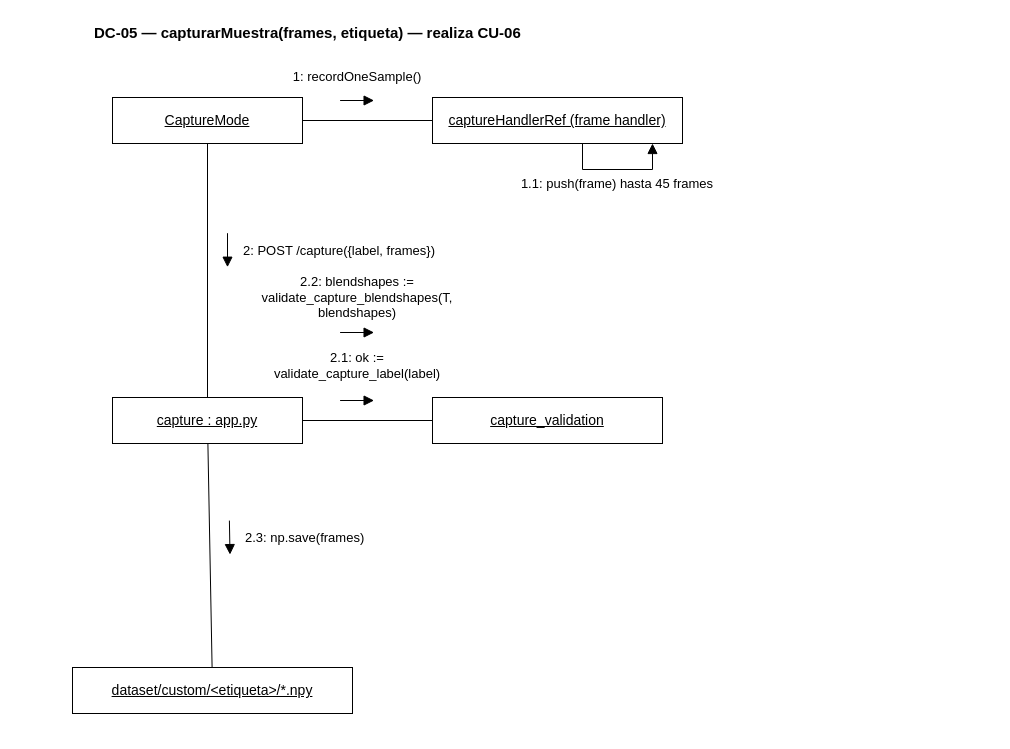
Before: docs/TP7/diagramas/colaboracion/08_colaboracion_dc05.drawio in santinohamada/Nexora, a draw.io diagram. Source tidied: cells renumbered, new cells numbered last; positions are measured from the earlier drawing's top-left corner, leaving out a move shared by most shapes. Both pictures are drawn from the tidied source at 100%, with x=0, y=0 at pixel (72, 17).
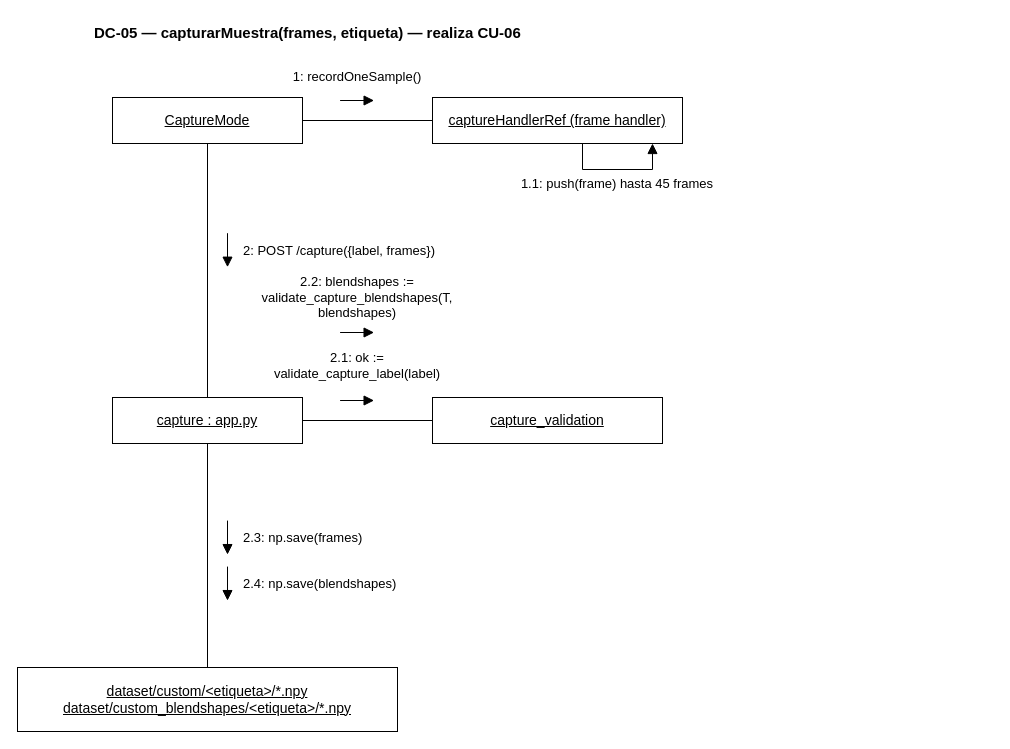
Above is the later version.

The edit, as a diff of the source:
```diff
@@
-    <mxCell id="7" value="&lt;u&gt;dataset/custom/&amp;lt;etiqueta&amp;gt;/*.npy&lt;/u&gt;" style="rounded=0;whiteSpace=wrap;html=1;fillColor=#ffffff;strokeColor=#000000;fontFamily=Helvetica;fontSize=14;align=center;verticalAlign=middle;" parent="1" vertex="1">
-      <mxGeometry y="650" width="280" height="46" as="geometry" />
+    <mxCell id="7" value="&lt;u&gt;dataset/custom/&amp;lt;etiqueta&amp;gt;/*.npy dataset/custom_blendshapes/&amp;lt;etiqueta&amp;gt;/*.npy&lt;/u&gt;" style="rounded=0;whiteSpace=wrap;html=1;fillColor=#ffffff;strokeColor=#000000;fontFamily=Helvetica;fontSize=14;align=center;verticalAlign=middle;" parent="1" vertex="1">
+      <mxGeometry x="-55" y="650" width="380" height="64" as="geometry" />
     </mxCell>
@@
     <mxCell id="21" style="endArrow=none;startArrow=none;html=1;strokeColor=#000000;strokeWidth=1;rounded=0;" parent="1" edge="1">
       <mxGeometry relative="1" as="geometry">
-        <mxPoint x="135.4" y="426" as="sourcePoint" />
-        <mxPoint x="139.6" y="650" as="targetPoint" />
+        <mxPoint x="135" y="426" as="sourcePoint" />
+        <mxPoint x="135" y="650" as="targetPoint" />
       </mxGeometry>
     </mxCell>
     <mxCell id="22" style="endArrow=block;startArrow=none;endFill=1;endSize=8;html=1;strokeColor=#000000;strokeWidth=1;rounded=0;" parent="1" edge="1">
       <mxGeometry relative="1" as="geometry">
-        <mxPoint x="156.9" y="503.1" as="sourcePoint" />
-        <mxPoint x="157.5" y="537.1" as="targetPoint" />
+        <mxPoint x="155" y="503.1" as="sourcePoint" />
+        <mxPoint x="155" y="537.1" as="targetPoint" />
       </mxGeometry>
     </mxCell>
     <mxCell id="23" value="2.3: np.save(frames)" style="text;html=1;align=left;verticalAlign=middle;fontFamily=Helvetica;fontSize=13;whiteSpace=wrap;" parent="1" vertex="1">
-      <mxGeometry x="171.2" y="510.1" width="154" height="20" as="geometry" />
+      <mxGeometry x="169" y="510.1" width="154" height="20" as="geometry" />
     </mxCell>
+    <mxCell id="24" style="endArrow=block;startArrow=none;endFill=1;endSize=8;html=1;strokeColor=#000000;strokeWidth=1;rounded=0;" parent="1" edge="1">
+      <mxGeometry relative="1" as="geometry">
+        <mxPoint x="155" y="549.1" as="sourcePoint" />
+        <mxPoint x="155" y="583.1" as="targetPoint" />
+      </mxGeometry>
+    </mxCell>
+    <mxCell id="25" value="2.4: np.save(blendshapes)" style="text;html=1;align=left;verticalAlign=middle;fontFamily=Helvetica;fontSize=13;whiteSpace=wrap;" parent="1" vertex="1">
+      <mxGeometry x="169" y="556.1" width="189" height="20" as="geometry" />
+    </mxCell>
```
